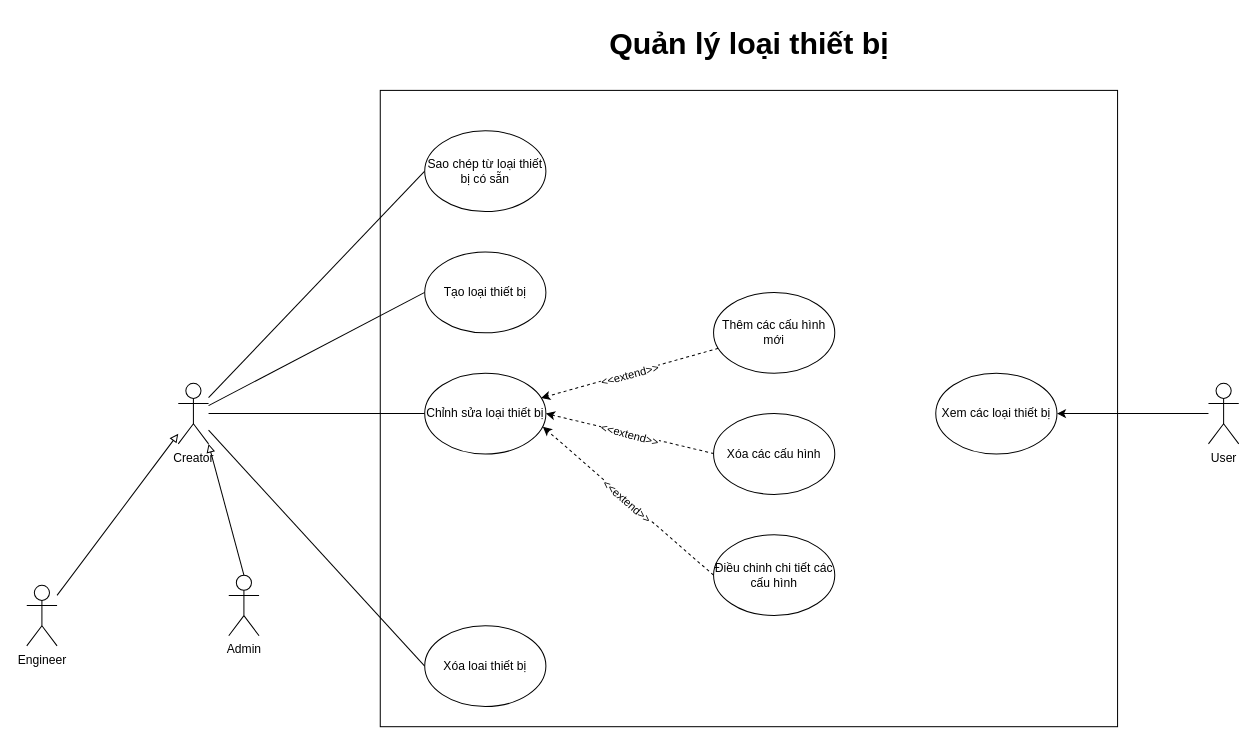
Earlier version of the draw.io diagram Usecase diagram/device_type_management_usecase.drawio (cuongceg/BTL-IT3120). Source tidied: cells renumbered, new cells numbered last; positions are measured from the earlier drawing's top-left corner, leaving out a move shared by most shapes. Both pictures are drawn from the tidied source at 101%, with x=0, y=0 at pixel (26, 17).
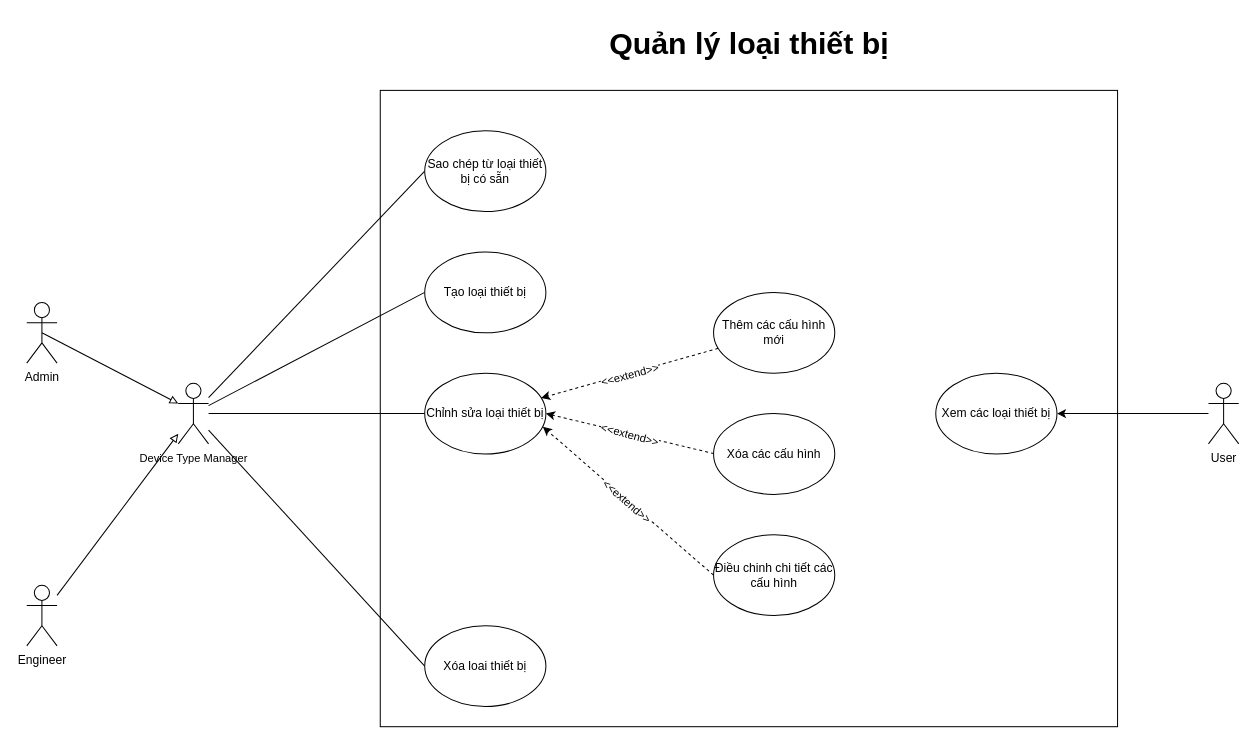
After the change.

Commit message:
refactor: change abstract creator to device type manager

Change to the diagram source:
```diff
@@
-    <mxCell id="6" value="Creator" style="shape=umlActor;verticalLabelPosition=bottom;verticalAlign=top;html=1;outlineConnect=0;" parent="1" vertex="1">
+    <mxCell id="6" value="&lt;font style=&quot;font-size: 11px;&quot;&gt;Device Type Manager&lt;/font&gt;" style="shape=umlActor;verticalLabelPosition=bottom;verticalAlign=top;html=1;outlineConnect=0;" parent="1" vertex="1">
       <mxGeometry x="150" y="362" width="30" height="60" as="geometry" />
     </mxCell>
@@
     <mxCell id="23" value="Admin" style="shape=umlActor;verticalLabelPosition=bottom;verticalAlign=top;html=1;outlineConnect=0;" parent="1" vertex="1">
-      <mxGeometry x="200" y="552" width="30" height="60" as="geometry" />
+      <mxGeometry y="282" width="30" height="60" as="geometry" />
     </mxCell>
-    <mxCell id="24" style="rounded=0;jettySize=auto;html=1;endArrow=block;endFill=0;entryX=1;entryY=1;entryDx=0;entryDy=0;entryPerimeter=0;exitX=0.5;exitY=0;exitDx=0;exitDy=0;exitPerimeter=0;" parent="1" edge="1" source="23" target="6">
-      <mxGeometry relative="1" as="geometry" />
-    </mxCell>
@@
+    <mxCell id="24" style="rounded=0;jettySize=auto;html=1;exitX=0.5;exitY=0.5;exitDx=0;exitDy=0;exitPerimeter=0;entryX=0;entryY=0.3333333333333333;entryDx=0;entryDy=0;entryPerimeter=0;endArrow=block;endFill=0;" parent="1" edge="1" source="23" target="6">
+      <mxGeometry relative="1" as="geometry" />
+    </mxCell>
```
